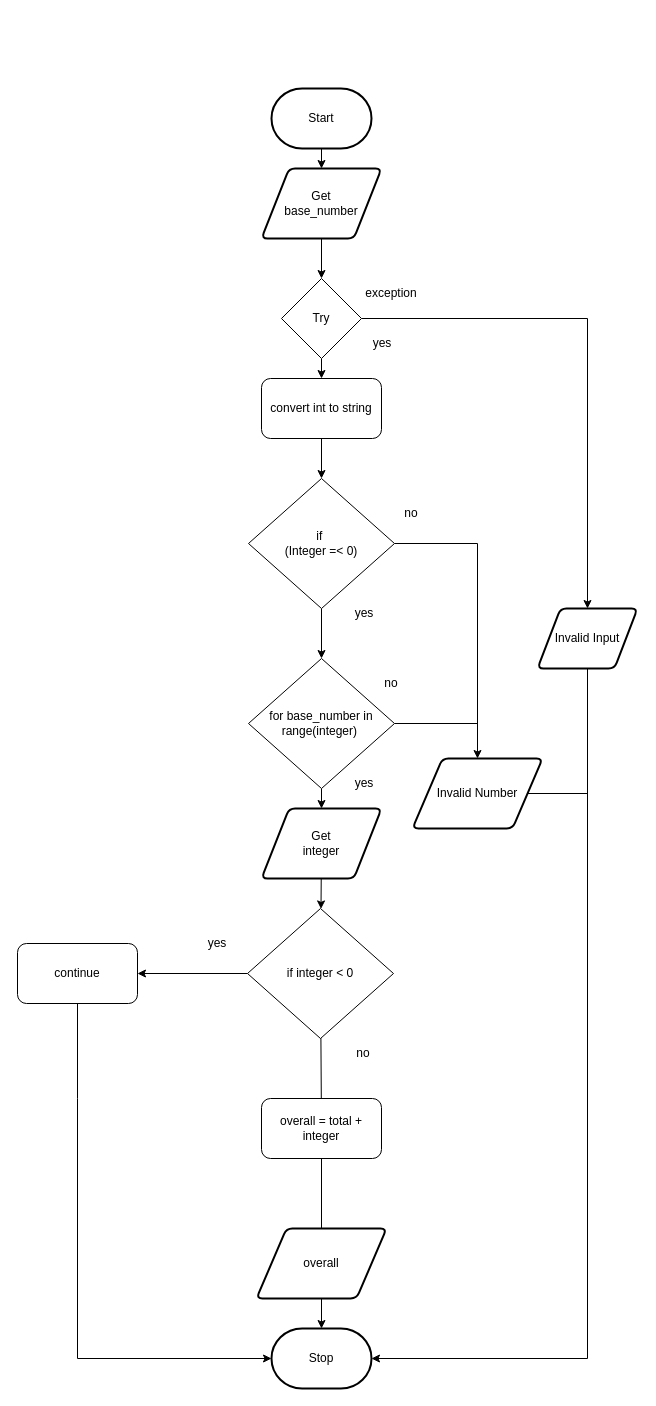
Above: Drawio/FlowChart.Drawio in JacksonNaufal/ICS3U-Unit4-06-Python (draw.io), before the change. Source tidied: cells renumbered, new cells numbered last; positions are measured from the earlier drawing's top-left corner, leaving out a move shared by most shapes. Both pictures are drawn from the tidied source at 100%, with x=0, y=0 at pixel (17, 88).
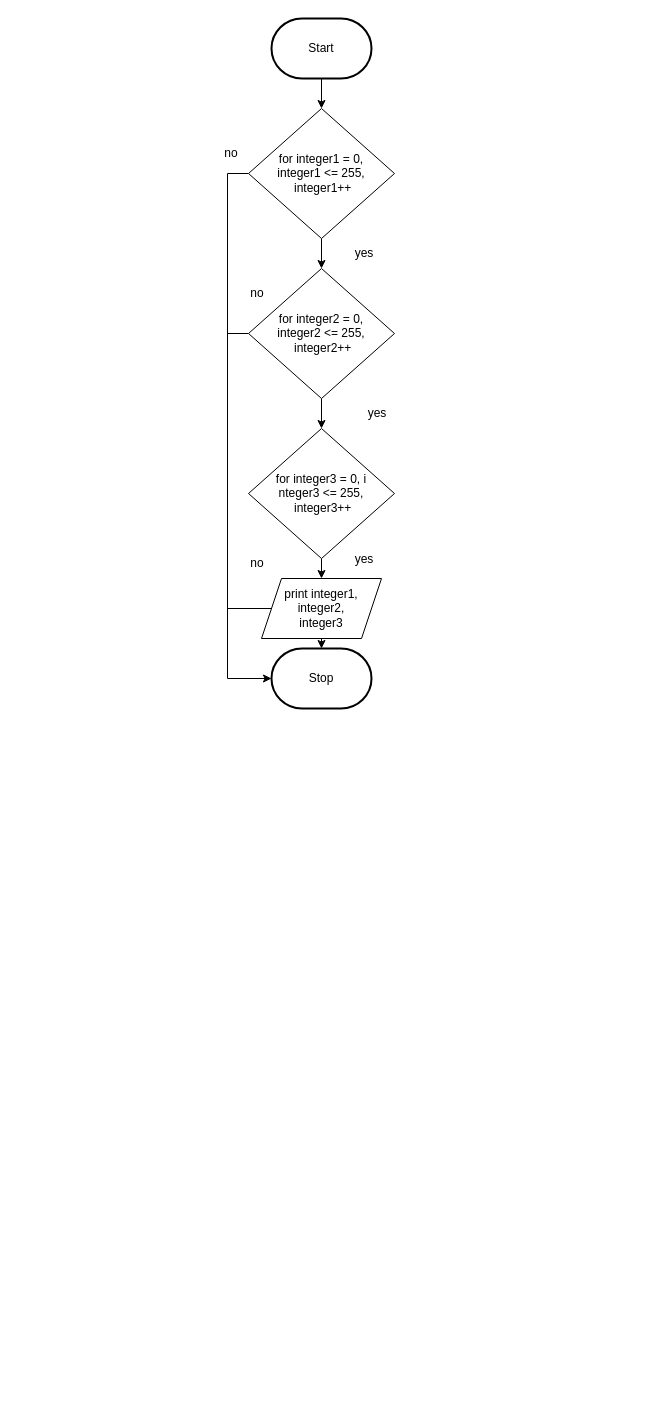
After the change.

Change to the diagram source:
```diff
@@
+    <mxCell id="41" style="edgeStyle=none;html=1;" parent="1" edge="1" source="2" target="12">
+      <mxGeometry relative="1" as="geometry" />
+    </mxCell>
     <mxCell id="2" value="Start" style="strokeWidth=2;html=1;shape=mxgraph.flowchart.terminator;whiteSpace=wrap;" parent="1" vertex="1">
-      <mxGeometry x="254" width="100" height="60" as="geometry" />
+      <mxGeometry x="254" y="-70" width="100" height="60" as="geometry" />
     </mxCell>
     <mxCell id="3" value="Stop" style="strokeWidth=2;html=1;shape=mxgraph.flowchart.terminator;whiteSpace=wrap;rounded=1;" parent="1" vertex="1">
-      <mxGeometry x="254" y="1240" width="100" height="60" as="geometry" />
+      <mxGeometry x="254" y="560" width="100" height="60" as="geometry" />
     </mxCell>
-    <mxCell id="4" style="edgeStyle=none;html=1;" parent="1" edge="1" source="6" target="14">
-      <mxGeometry relative="1" as="geometry" />
-    </mxCell>
-    <mxCell id="5" style="edgeStyle=none;html=1;entryX=0.5;entryY=0;entryDx=0;entryDy=0;endArrow=classic;endFill=1;rounded=0;" parent="1" edge="1" source="6" target="8">
-      <mxGeometry relative="1" as="geometry">
-        <Array as="points">
-          <mxPoint x="570" y="230" />
-        </Array>
-      </mxGeometry>
-    </mxCell>
-    <mxCell id="6" value="Try" style="rhombus;whiteSpace=wrap;html=1;" parent="1" vertex="1">
-      <mxGeometry x="264" y="190" width="80" height="80" as="geometry" />
-    </mxCell>
-    <mxCell id="7" style="edgeStyle=none;rounded=0;html=1;entryX=1;entryY=0.5;entryDx=0;entryDy=0;entryPerimeter=0;" parent="1" edge="1" source="8" target="3">
-      <mxGeometry relative="1" as="geometry">
-        <Array as="points">
-          <mxPoint x="570" y="1270" />
-        </Array>
-      </mxGeometry>
-    </mxCell>
-    <mxCell id="8" value="Invalid Input" style="shape=parallelogram;html=1;strokeWidth=2;perimeter=parallelogramPerimeter;whiteSpace=wrap;rounded=1;arcSize=12;size=0.23;" parent="1" vertex="1">
-      <mxGeometry x="520" y="520" width="100" height="60" as="geometry" />
-    </mxCell>
-    <mxCell id="9" style="edgeStyle=none;rounded=0;html=1;entryX=0.5;entryY=0;entryDx=0;entryDy=0;fontSize=12;endArrow=classic;endFill=1;exitX=0.5;exitY=1;exitDx=0;exitDy=0;" parent="1" edge="1" source="21" target="6">
-      <mxGeometry relative="1" as="geometry" />
-    </mxCell>
-    <mxCell id="10" style="edgeStyle=none;html=1;entryX=0.5;entryY=0;entryDx=0;entryDy=0;rounded=0;" parent="1" edge="1" source="12" target="16">
-      <mxGeometry relative="1" as="geometry">
-        <Array as="points">
-          <mxPoint x="460" y="455" />
-        </Array>
-      </mxGeometry>
-    </mxCell>
-    <mxCell id="11" style="edgeStyle=none;rounded=0;html=1;" parent="1" edge="1" source="12" target="27">
-      <mxGeometry relative="1" as="geometry" />
-    </mxCell>
+    <mxCell id="42" style="edgeStyle=none;html=1;entryX=0.5;entryY=0;entryDx=0;entryDy=0;" parent="1" edge="1" source="12" target="39">
+      <mxGeometry relative="1" as="geometry" />
+    </mxCell>
+    <mxCell id="43" style="edgeStyle=none;html=1;fontSize=12;entryX=0;entryY=0.5;entryDx=0;entryDy=0;entryPerimeter=0;rounded=0;" parent="1" edge="1" source="12" target="3">
+      <mxGeometry relative="1" as="geometry">
+        <Array as="points">
+          <mxPoint x="210" y="85" />
+          <mxPoint x="210" y="590" />
+        </Array>
+      </mxGeometry>
+    </mxCell>
-    <mxCell id="12" value="if&amp;nbsp;&lt;br&gt;(Integer =&amp;lt; 0)" style="rhombus;whiteSpace=wrap;html=1;" parent="1" vertex="1">
-      <mxGeometry x="231" y="390" width="146" height="130" as="geometry" />
+    <mxCell id="12" value="for integer1&amp;nbsp;= 0, &lt;br&gt;integer1 &amp;lt;= 255,&lt;br&gt;&amp;nbsp;integer1++" style="rhombus;whiteSpace=wrap;html=1;" parent="1" vertex="1">
+      <mxGeometry x="231" y="20" width="146" height="130" as="geometry" />
     </mxCell>
-    <mxCell id="13" style="edgeStyle=none;html=1;entryX=0.5;entryY=0;entryDx=0;entryDy=0;" parent="1" edge="1" source="14" target="12">
-      <mxGeometry relative="1" as="geometry" />
-    </mxCell>
-    <mxCell id="14" value="convert int to string" style="rounded=1;whiteSpace=wrap;html=1;" parent="1" vertex="1">
-      <mxGeometry x="244" y="290" width="120" height="60" as="geometry" />
-    </mxCell>
-    <mxCell id="15" style="edgeStyle=none;rounded=0;html=1;endArrow=none;endFill=0;" parent="1" edge="1" source="16">
-      <mxGeometry relative="1" as="geometry">
-        <mxPoint x="570" y="705" as="targetPoint" />
-      </mxGeometry>
-    </mxCell>
-    <mxCell id="16" value="&lt;font style=&quot;font-size: 12px&quot;&gt;Invalid Number&lt;/font&gt;" style="shape=parallelogram;html=1;strokeWidth=2;perimeter=parallelogramPerimeter;whiteSpace=wrap;rounded=1;arcSize=12;size=0.23;" parent="1" vertex="1">
-      <mxGeometry x="395" y="670" width="130" height="70" as="geometry" />
-    </mxCell>
-    <mxCell id="17" value="&lt;font style=&quot;font-size: 12px&quot;&gt;exception&lt;/font&gt;" style="text;html=1;strokeColor=none;fillColor=none;align=center;verticalAlign=middle;whiteSpace=wrap;rounded=0;fontSize=8;" parent="1" vertex="1">
-      <mxGeometry x="344" y="190" width="60" height="30" as="geometry" />
-    </mxCell>
-    <mxCell id="18" value="&lt;font style=&quot;font-size: 12px&quot;&gt;yes&lt;/font&gt;" style="text;html=1;strokeColor=none;fillColor=none;align=center;verticalAlign=middle;whiteSpace=wrap;rounded=0;fontSize=8;" parent="1" vertex="1">
-      <mxGeometry x="335" y="240" width="60" height="30" as="geometry" />
-    </mxCell>
-    <mxCell id="19" value="&lt;font style=&quot;font-size: 12px&quot;&gt;yes&lt;/font&gt;" style="text;html=1;strokeColor=none;fillColor=none;align=center;verticalAlign=middle;whiteSpace=wrap;rounded=0;fontSize=8;" parent="1" vertex="1">
-      <mxGeometry x="317" y="510" width="60" height="30" as="geometry" />
-    </mxCell>
-    <mxCell id="20" value="&lt;font style=&quot;font-size: 12px&quot;&gt;no&lt;/font&gt;" style="text;html=1;strokeColor=none;fillColor=none;align=center;verticalAlign=middle;whiteSpace=wrap;rounded=0;fontSize=8;" parent="1" vertex="1">
-      <mxGeometry x="364" y="410" width="60" height="30" as="geometry" />
-    </mxCell>
-    <mxCell id="21" value="Get&lt;br&gt;base_number" style="shape=parallelogram;html=1;strokeWidth=2;perimeter=parallelogramPerimeter;whiteSpace=wrap;rounded=1;arcSize=12;size=0.23;" parent="1" vertex="1">
-      <mxGeometry x="244" y="80" width="120" height="70" as="geometry" />
-    </mxCell>
-    <mxCell id="22" style="edgeStyle=none;rounded=0;html=1;endArrow=classic;endFill=1;" parent="1" edge="1" source="2" target="21">
-      <mxGeometry relative="1" as="geometry" />
-    </mxCell>
-    <mxCell id="23" style="edgeStyle=none;rounded=0;html=1;entryX=0;entryY=0.5;entryDx=0;entryDy=0;entryPerimeter=0;fontSize=12;endArrow=classic;endFill=1;exitX=0.5;exitY=1;exitDx=0;exitDy=0;" parent="1" edge="1" source="24" target="3">
-      <mxGeometry relative="1" as="geometry">
-        <Array as="points">
-          <mxPoint x="60" y="1010" />
-          <mxPoint x="60" y="1270" />
-        </Array>
-      </mxGeometry>
-    </mxCell>
-    <mxCell id="24" value="continue" style="rounded=1;whiteSpace=wrap;html=1;" parent="1" vertex="1">
-      <mxGeometry y="855" width="120" height="60" as="geometry" />
-    </mxCell>
-    <mxCell id="25" style="edgeStyle=none;rounded=0;html=1;" parent="1" edge="1" source="27" target="29">
-      <mxGeometry relative="1" as="geometry" />
-    </mxCell>
-    <mxCell id="26" style="edgeStyle=none;rounded=0;html=1;endArrow=none;endFill=0;" parent="1" edge="1" source="27">
-      <mxGeometry relative="1" as="geometry">
-        <mxPoint x="460" y="635" as="targetPoint" />
-      </mxGeometry>
-    </mxCell>
-    <mxCell id="27" value="for base_number in&lt;br&gt;range(integer)&amp;nbsp;" style="rhombus;whiteSpace=wrap;html=1;" parent="1" vertex="1">
-      <mxGeometry x="231" y="570" width="146" height="130" as="geometry" />
-    </mxCell>
-    <mxCell id="28" style="edgeStyle=none;rounded=0;html=1;" parent="1" edge="1" source="29" target="32">
-      <mxGeometry relative="1" as="geometry" />
-    </mxCell>
-    <mxCell id="29" value="Get&lt;br&gt;integer" style="shape=parallelogram;html=1;strokeWidth=2;perimeter=parallelogramPerimeter;whiteSpace=wrap;rounded=1;arcSize=12;size=0.23;" parent="1" vertex="1">
-      <mxGeometry x="244" y="720" width="120" height="70" as="geometry" />
-    </mxCell>
-    <mxCell id="30" style="edgeStyle=none;rounded=0;html=1;" parent="1" edge="1" source="32" target="24">
-      <mxGeometry relative="1" as="geometry" />
-    </mxCell>
-    <mxCell id="31" style="edgeStyle=none;rounded=0;html=1;endArrow=none;endFill=0;" parent="1" edge="1" source="32" target="40">
-      <mxGeometry relative="1" as="geometry" />
-    </mxCell>
-    <mxCell id="32" value="if integer &amp;lt; 0" style="rhombus;whiteSpace=wrap;html=1;" parent="1" vertex="1">
-      <mxGeometry x="230" y="820" width="146" height="130" as="geometry" />
-    </mxCell>
-    <mxCell id="33" style="edgeStyle=none;rounded=0;html=1;" parent="1" edge="1" source="34" target="3">
-      <mxGeometry relative="1" as="geometry" />
-    </mxCell>
-    <mxCell id="34" value="overall" style="shape=parallelogram;html=1;strokeWidth=2;perimeter=parallelogramPerimeter;whiteSpace=wrap;rounded=1;arcSize=12;size=0.23;" parent="1" vertex="1">
-      <mxGeometry x="239" y="1140" width="130" height="70" as="geometry" />
-    </mxCell>
-    <mxCell id="35" value="&lt;font style=&quot;font-size: 12px&quot;&gt;yes&lt;/font&gt;" style="text;html=1;strokeColor=none;fillColor=none;align=center;verticalAlign=middle;whiteSpace=wrap;rounded=0;fontSize=8;" parent="1" vertex="1">
-      <mxGeometry x="317" y="680" width="60" height="30" as="geometry" />
-    </mxCell>
-    <mxCell id="36" value="&lt;font style=&quot;font-size: 12px&quot;&gt;no&lt;/font&gt;" style="text;html=1;strokeColor=none;fillColor=none;align=center;verticalAlign=middle;whiteSpace=wrap;rounded=0;fontSize=8;" parent="1" vertex="1">
-      <mxGeometry x="344" y="580" width="60" height="30" as="geometry" />
-    </mxCell>
-    <mxCell id="37" value="&lt;font style=&quot;font-size: 12px&quot;&gt;yes&lt;/font&gt;" style="text;html=1;strokeColor=none;fillColor=none;align=center;verticalAlign=middle;whiteSpace=wrap;rounded=0;fontSize=8;" parent="1" vertex="1">
-      <mxGeometry x="170" y="840" width="60" height="30" as="geometry" />
-    </mxCell>
-    <mxCell id="38" value="&lt;font style=&quot;font-size: 12px&quot;&gt;no&lt;/font&gt;" style="text;html=1;strokeColor=none;fillColor=none;align=center;verticalAlign=middle;whiteSpace=wrap;rounded=0;fontSize=8;" parent="1" vertex="1">
-      <mxGeometry x="316" y="950" width="60" height="30" as="geometry" />
-    </mxCell>
+    <mxCell id="44" style="edgeStyle=none;html=1;" parent="1" edge="1" source="39" target="48">
+      <mxGeometry relative="1" as="geometry" />
+    </mxCell>
+    <mxCell id="45" style="edgeStyle=none;rounded=0;html=1;fontSize=12;endArrow=none;endFill=0;" parent="1" edge="1" source="39">
+      <mxGeometry relative="1" as="geometry">
+        <mxPoint x="210" y="245" as="targetPoint" />
+      </mxGeometry>
+    </mxCell>
-    <mxCell id="39" style="edgeStyle=none;rounded=0;html=1;endArrow=none;endFill=0;" parent="1" edge="1" source="40" target="34">
-      <mxGeometry relative="1" as="geometry" />
+    <mxCell id="39" value="for integer2 = 0, &lt;br&gt;integer2 &amp;lt;= 255,&lt;br&gt;&amp;nbsp;integer2++" style="rhombus;whiteSpace=wrap;html=1;" parent="1" vertex="1">
+      <mxGeometry x="231" y="180" width="146" height="130" as="geometry" />
     </mxCell>
-    <mxCell id="40" value="overall = total + integer" style="rounded=1;whiteSpace=wrap;html=1;" parent="1" vertex="1">
-      <mxGeometry x="244" y="1010" width="120" height="60" as="geometry" />
-    </mxCell>
+    <mxCell id="46" style="edgeStyle=none;html=1;startArrow=none;" parent="1" edge="1" source="50" target="3">
+      <mxGeometry relative="1" as="geometry" />
+    </mxCell>
+    <mxCell id="47" style="edgeStyle=none;html=1;fontSize=8;" parent="1" edge="1" source="48" target="50">
+      <mxGeometry relative="1" as="geometry" />
+    </mxCell>
+    <mxCell id="48" value="for integer3&amp;nbsp;= 0, i&lt;br&gt;nteger3 &amp;lt;= 255,&lt;br&gt;&amp;nbsp;integer3++" style="rhombus;whiteSpace=wrap;html=1;" parent="1" vertex="1">
+      <mxGeometry x="231" y="340" width="146" height="130" as="geometry" />
+    </mxCell>
+    <mxCell id="49" style="edgeStyle=none;rounded=0;html=1;fontSize=12;endArrow=none;endFill=0;" parent="1" edge="1" source="50">
+      <mxGeometry relative="1" as="geometry">
+        <mxPoint x="210" y="520" as="targetPoint" />
+      </mxGeometry>
+    </mxCell>
+    <mxCell id="50" value="&lt;font style=&quot;font-size: 12px&quot;&gt;print integer1, integer2, &lt;br&gt;integer3&lt;/font&gt;" style="shape=parallelogram;perimeter=parallelogramPerimeter;whiteSpace=wrap;html=1;fixedSize=1;fontSize=8;" parent="1" vertex="1">
+      <mxGeometry x="244" y="490" width="120" height="60" as="geometry" />
+    </mxCell>
+    <mxCell id="51" value="yes" style="text;html=1;strokeColor=none;fillColor=none;align=center;verticalAlign=middle;whiteSpace=wrap;rounded=0;fontSize=12;" parent="1" vertex="1">
+      <mxGeometry x="330" y="310" width="60" height="30" as="geometry" />
+    </mxCell>
+    <mxCell id="52" value="yes" style="text;html=1;strokeColor=none;fillColor=none;align=center;verticalAlign=middle;whiteSpace=wrap;rounded=0;fontSize=12;" parent="1" vertex="1">
+      <mxGeometry x="317" y="150" width="60" height="30" as="geometry" />
+    </mxCell>
+    <mxCell id="53" value="yes" style="text;html=1;strokeColor=none;fillColor=none;align=center;verticalAlign=middle;whiteSpace=wrap;rounded=0;fontSize=12;" parent="1" vertex="1">
+      <mxGeometry x="317" y="456" width="60" height="30" as="geometry" />
+    </mxCell>
+    <mxCell id="54" value="no" style="text;html=1;strokeColor=none;fillColor=none;align=center;verticalAlign=middle;whiteSpace=wrap;rounded=0;fontSize=12;" parent="1" vertex="1">
+      <mxGeometry x="210" y="460" width="60" height="30" as="geometry" />
+    </mxCell>
+    <mxCell id="55" value="no" style="text;html=1;strokeColor=none;fillColor=none;align=center;verticalAlign=middle;whiteSpace=wrap;rounded=0;fontSize=12;" parent="1" vertex="1">
+      <mxGeometry x="210" y="190" width="60" height="30" as="geometry" />
+    </mxCell>
+    <mxCell id="56" value="no" style="text;html=1;strokeColor=none;fillColor=none;align=center;verticalAlign=middle;whiteSpace=wrap;rounded=0;fontSize=12;" parent="1" vertex="1">
+      <mxGeometry x="184" y="50" width="60" height="30" as="geometry" />
+    </mxCell>
```
